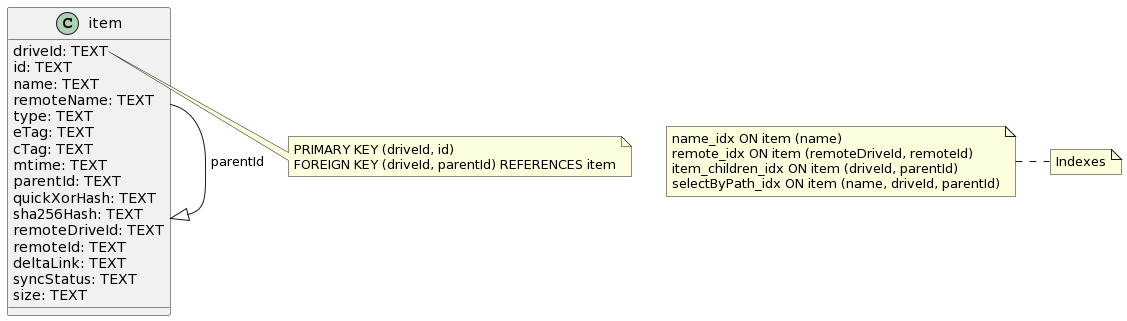
Earlier version of the PlantUML export docs/puml/database_schema.png (abraunegg/onedrive).
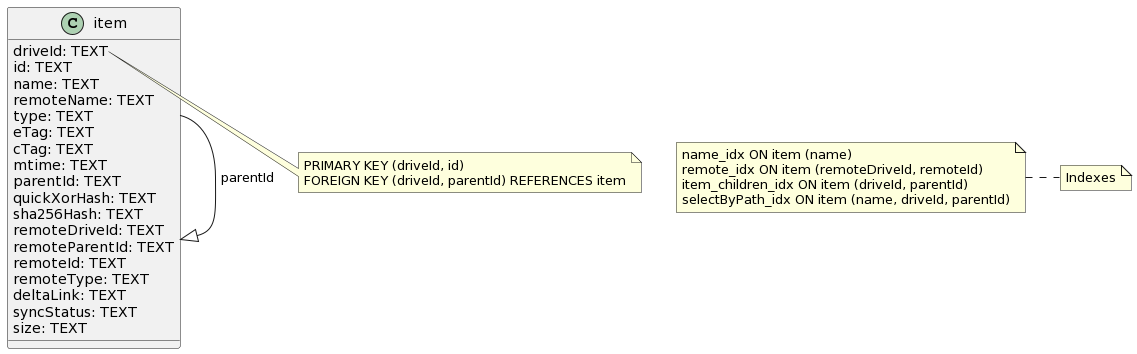
Later version of the same file.

Change to the diagram source:
```diff
@@ -12,7 +12,9 @@
     quickXorHash: TEXT
     sha256Hash: TEXT
     remoteDriveId: TEXT
+    remoteParentId: TEXT
     remoteId: TEXT
+	remoteType: TEXT
     deltaLink: TEXT
     syncStatus: TEXT
     size: TEXT
```
